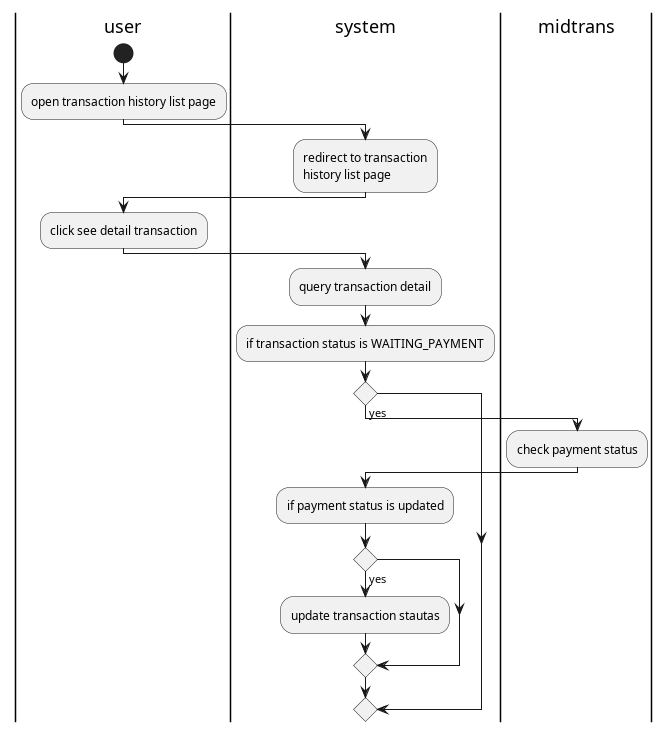
Earlier version of the PlantUML export thesis/latex/diagram/activity diagram/15. transaction/view transaction detail/view transaction detail.png (aldihsuhandi/skripsi-2023).
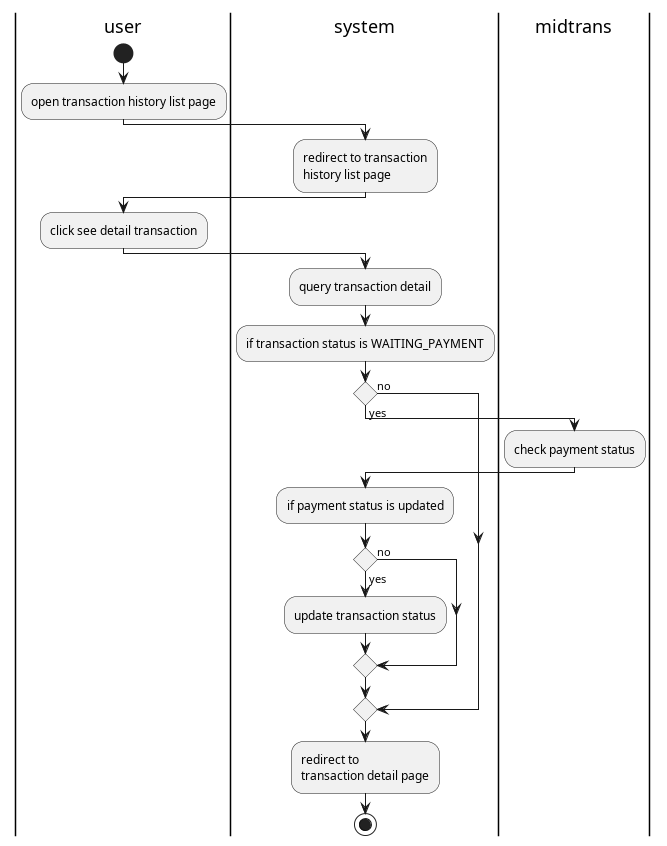
After the change.

Diff of the diagram source:
```diff
@@ -11,13 +11,19 @@
 :query transaction detail;
 :if transaction status is WAITING_PAYMENT;
 if () then (yes)
-|midtrans|
-:check payment status;
-|system|
-:if payment status is updated;
-if () then (yes)
-    :update transaction stautas;
-endif
+    |midtrans|
+    :check payment status;
+    |system|
+    :if payment status is updated;
+    if () then (yes)
+        :update transaction status;
+    else (no)
+    endif
+else (no)
 endif
 
+:redirect to
+transaction detail page;
+stop
+
 @enduml
```
